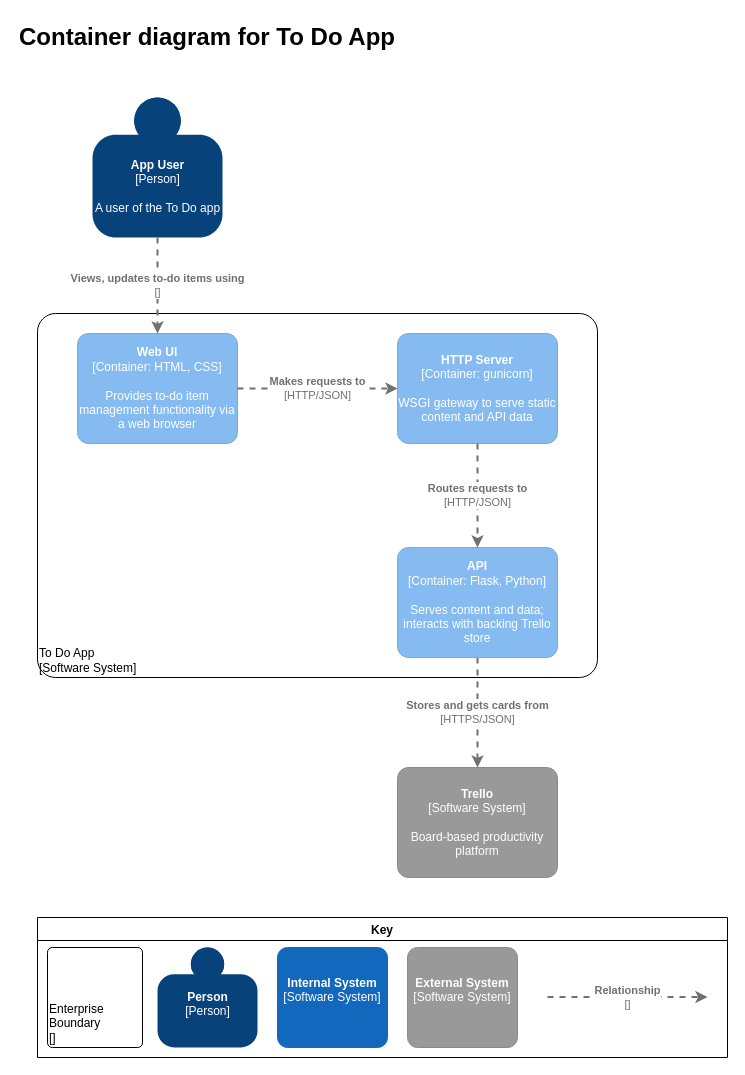
Before: page "Container" (2 of 3) of documentation/System diagrams.drawio in cc1000/DevOps-Course-Starter, a draw.io diagram. Source tidied: cells renumbered, new cells numbered last; positions are measured from the earlier drawing's top-left corner, leaving out a move shared by most shapes. Both pictures are drawn from the tidied source at 100%, with x=0, y=0 at pixel (17, 17).
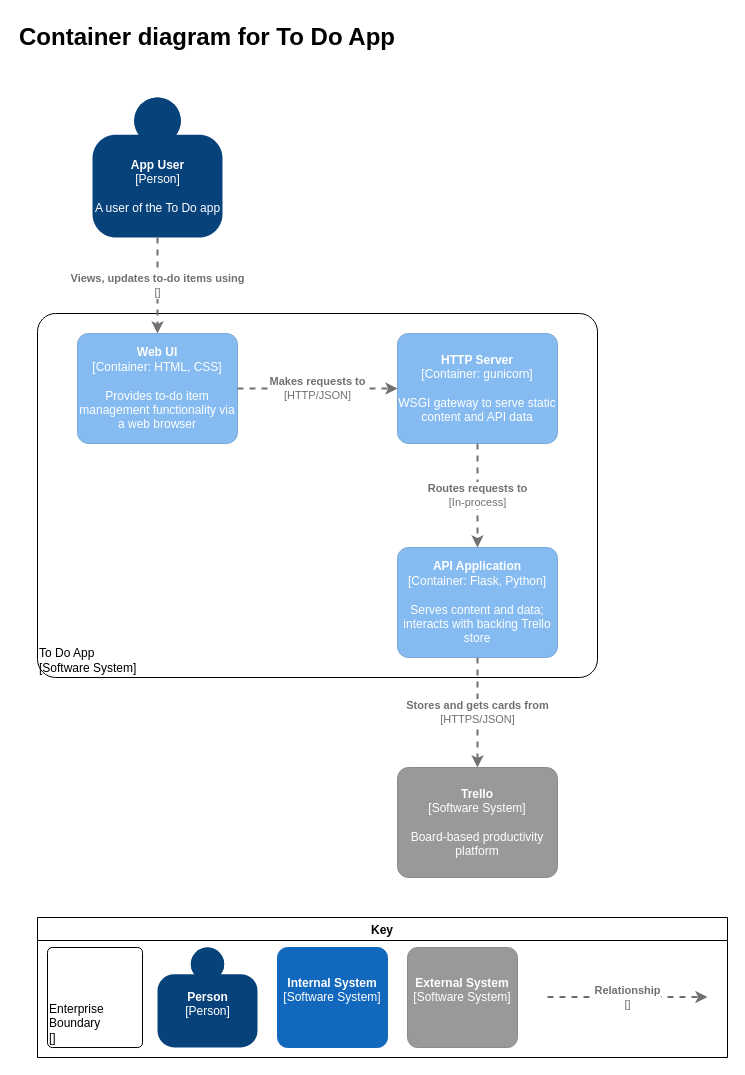
After the change.

Commit message:
Add Component diagram

The change refers to these unchanged cells:
```xml
<object id="15" label="&lt;b&gt;%c4Name%&lt;/b&gt;&lt;div&gt;[%c4Type%: %c4Technology%]&lt;/div&gt;&lt;br&gt;&lt;div&gt;%c4Description%&lt;/div&gt;" c4Description="WSGI gateway to serve static content and API data" c4Name="HTTP Server" c4Technology="gunicorn" c4Type="Container" placeholders="1">
  <mxCell style="rounded=1;whiteSpace=wrap;html=1;labelBackgroundColor=none;fillColor=#85BBF0;fontColor=#ffffff;align=center;arcSize=10;strokeColor=#78A8D8;metaData={&quot;c4Type&quot;:{&quot;editable&quot;:false}};points=[[0.25,0,0],[0.5,0,0],[0.75,0,0],[1,0.25,0],[1,0.5,0],[1,0.75,0],[0.75,1,0],[0.5,1,0],[0.25,1,0],[0,0.75,0],[0,0.5,0],[0,0.25,0]];" parent="1" vertex="1">
    <mxGeometry x="380" y="316" width="160" height="110" as="geometry" />
  </mxCell>
</object>
```

What changed in the source:
```diff
@@
-    <object id="17" label="&lt;b&gt;%c4Name%&lt;/b&gt;&lt;div&gt;[%c4Type%: %c4Technology%]&lt;/div&gt;&lt;br&gt;&lt;div&gt;%c4Description%&lt;/div&gt;" c4Description="Serves content and data; interacts with backing Trello store" c4Name="API" c4Technology="Flask, Python" c4Type="Container" placeholders="1">
+    <object id="17" label="&lt;b&gt;%c4Name%&lt;/b&gt;&lt;div&gt;[%c4Type%: %c4Technology%]&lt;/div&gt;&lt;br&gt;&lt;div&gt;%c4Description%&lt;/div&gt;" c4Description="Serves content and data; interacts with backing Trello store" c4Name="API Application" c4Technology="Flask, Python" c4Type="Container" placeholders="1">
       <mxCell style="rounded=1;whiteSpace=wrap;html=1;labelBackgroundColor=none;fillColor=#85BBF0;fontColor=#ffffff;align=center;arcSize=10;strokeColor=#78A8D8;metaData={&quot;c4Type&quot;:{&quot;editable&quot;:false}};points=[[0.25,0,0],[0.5,0,0],[0.75,0,0],[1,0.25,0],[1,0.5,0],[1,0.75,0],[0.75,1,0],[0.5,1,0],[0.25,1,0],[0,0.75,0],[0,0.5,0],[0,0.25,0]];" parent="1" vertex="1">
         <mxGeometry x="380" y="530" width="160" height="110" as="geometry" />
       </mxCell>
     </object>
-    <object id="18" label="&lt;div style=&quot;text-align: left&quot;&gt;&lt;div style=&quot;text-align: center&quot;&gt;&lt;b&gt;%c4Description%&lt;/b&gt;&lt;/div&gt;&lt;div style=&quot;text-align: center&quot;&gt;[%c4Technology%]&lt;/div&gt;&lt;/div&gt;" c4Description="Routes requests to" c4Technology="HTTP/JSON" placeholders="1">
+    <object id="18" label="&lt;div style=&quot;text-align: left&quot;&gt;&lt;div style=&quot;text-align: center&quot;&gt;&lt;b&gt;%c4Description%&lt;/b&gt;&lt;/div&gt;&lt;div style=&quot;text-align: center&quot;&gt;[%c4Technology%]&lt;/div&gt;&lt;/div&gt;" c4Description="Routes requests to" c4Technology="In-process" placeholders="1">
       <mxCell style="edgeStyle=none;rounded=0;html=1;entryX=0.5;entryY=0;jettySize=auto;strokeColor=#707070;strokeWidth=2;fontColor=#707070;jumpStyle=none;dashed=1;metaData={&quot;c4Type&quot;:{&quot;editable&quot;:false}};entryDx=0;entryDy=0;entryPerimeter=0;exitX=0.5;exitY=1;exitDx=0;exitDy=0;exitPerimeter=0;" parent="1" edge="1" source="15" target="17">
         <mxGeometry relative="1" as="geometry" />
       </mxCell>
     </object>
```
